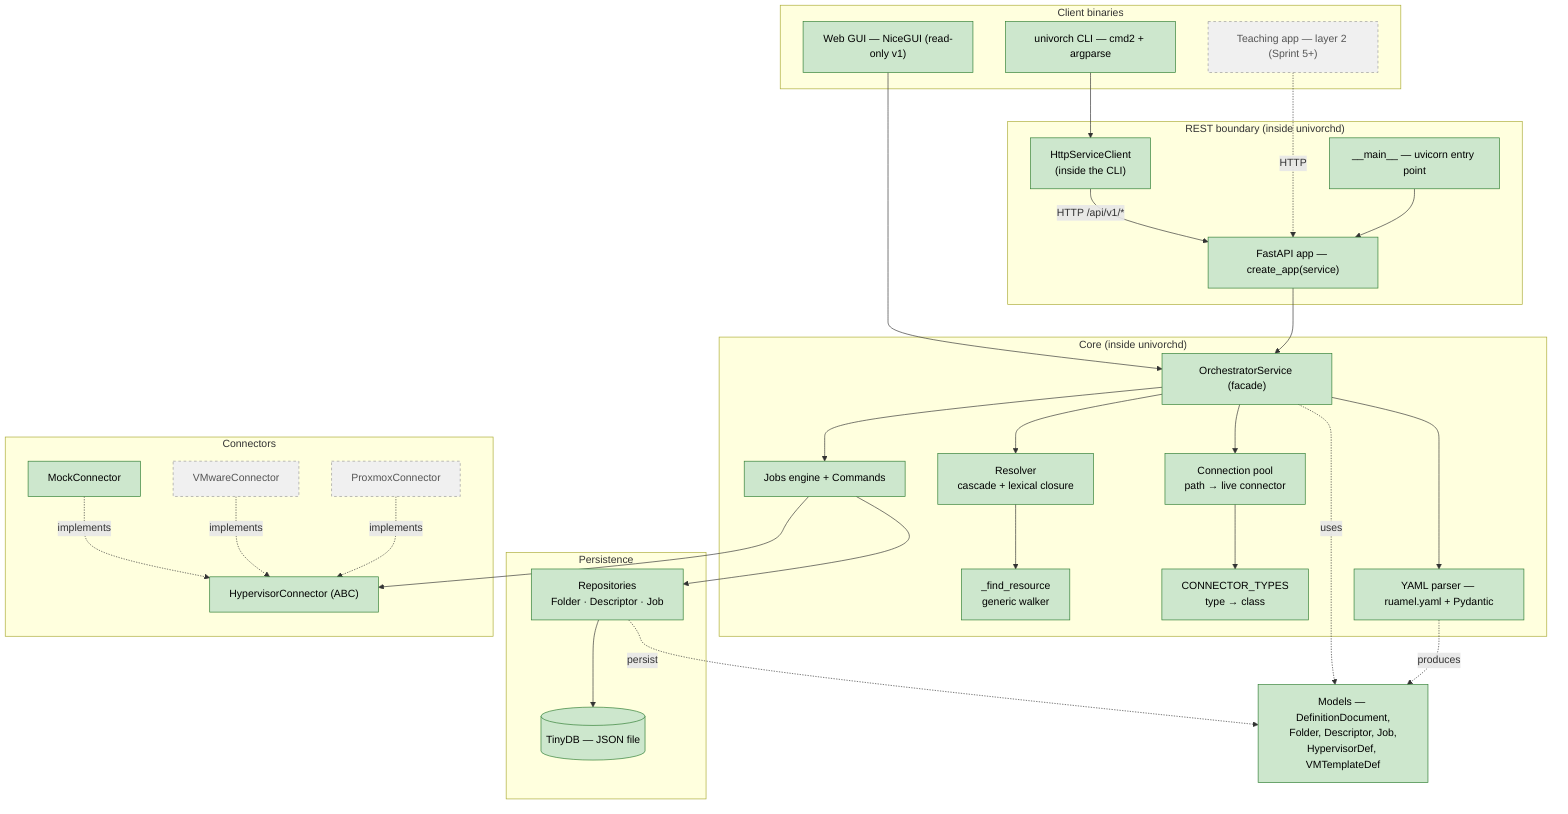
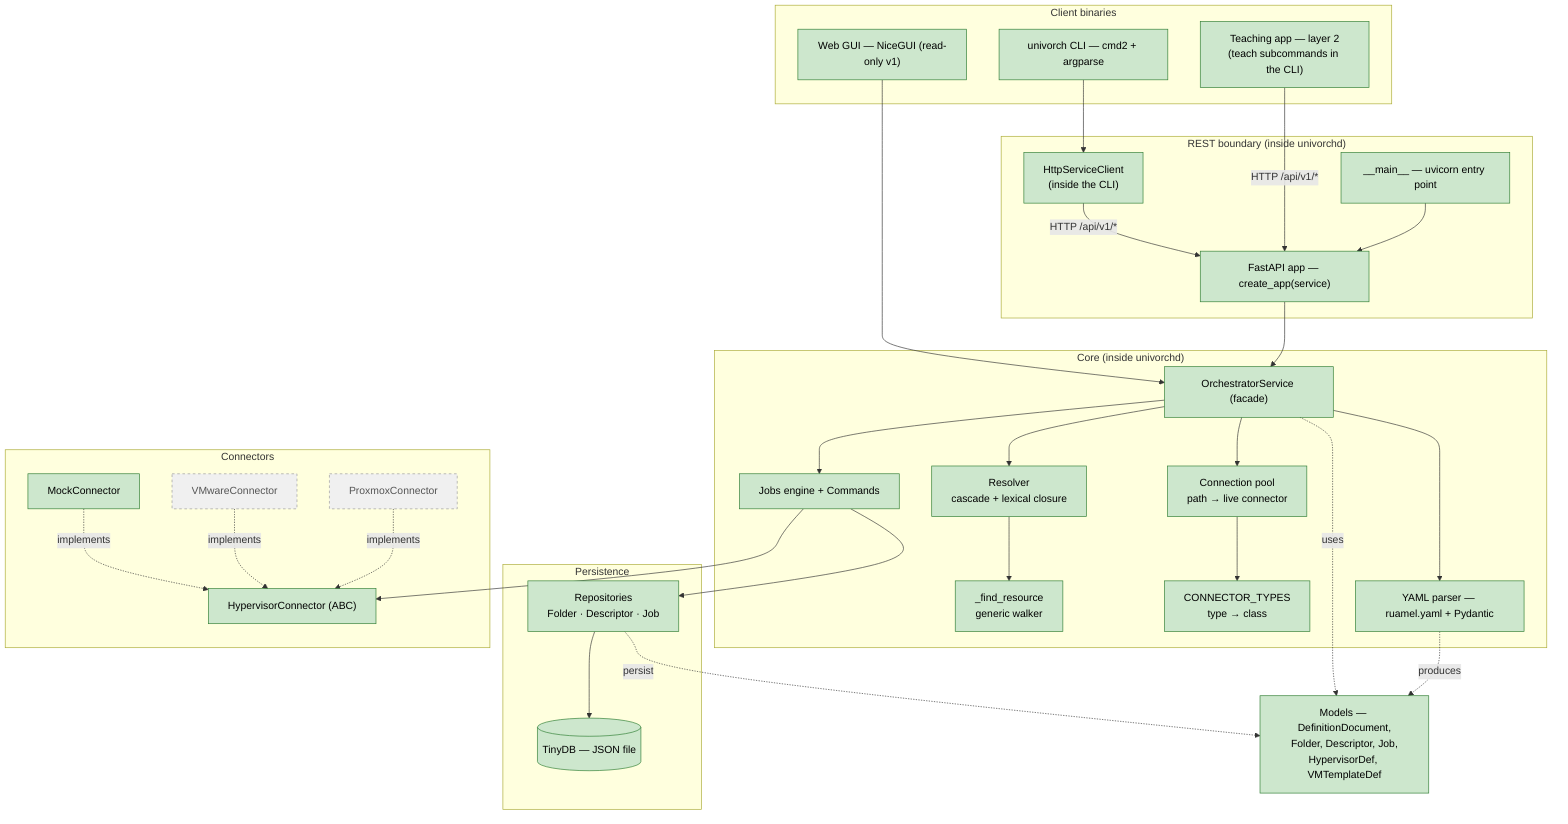
flowchart TD
    subgraph Clients["Client binaries"]
        CLI["univorch CLI — cmd2 + argparse"]:::done
        Web["Web GUI — NiceGUI (read-only v1)"]:::done
-         TA["Teaching app — layer 2 (Sprint 5+)"]:::pending
+         TA["Teaching app — layer 2<br/>(teach subcommands in the CLI)"]:::done
    end

    subgraph RESTLayer["REST boundary (inside univorchd)"]
        Http["HttpServiceClient<br/>(inside the CLI)"]:::done
        App["FastAPI app — create_app(service)"]:::done
        Main["__main__ — uvicorn entry point"]:::done
    end

    subgraph Core["Core (inside univorchd)"]
        Service["OrchestratorService (facade)"]:::done
        Resolver["Resolver<br/>cascade + lexical closure"]:::done
        Walker["_find_resource<br/>generic walker"]:::done
        Pool["Connection pool<br/>path → live connector"]:::done
        Registry["CONNECTOR_TYPES<br/>type → class"]:::done
        Parser["YAML parser — ruamel.yaml + Pydantic"]:::done
        Jobs["Jobs engine + Commands"]:::done
    end

    subgraph Persistence
        Repos["Repositories<br/>Folder · Descriptor · Job"]:::done
        DB[("TinyDB — JSON file")]:::done
    end

    subgraph Connectors
        ABC["HypervisorConnector (ABC)"]:::done
        Mock["MockConnector"]:::done
        VMware["VMwareConnector"]:::pending
        Proxmox["ProxmoxConnector"]:::pending
    end

    Models["Models — DefinitionDocument,<br/>Folder, Descriptor, Job,<br/>HypervisorDef, VMTemplateDef"]:::done

    CLI --> Http
    Http -->|HTTP /api/v1/*| App
    Web --> Service
-     TA -.HTTP.-> App
+     TA -->|HTTP /api/v1/*| App
    App --> Service
    Main --> App
    Service --> Resolver
    Service --> Jobs
    Service --> Pool
    Resolver --> Walker
    Pool --> Registry
    Service --> Parser
    Jobs --> ABC
    Jobs --> Repos
    Repos --> DB
    Mock -.implements.-> ABC
    VMware -.implements.-> ABC
    Proxmox -.implements.-> ABC
    Service -.uses.-> Models
    Parser -.produces.-> Models
    Repos -.persist.-> Models

    classDef done fill:#cde7cd,stroke:#2e7d32,color:#000;
    classDef pending fill:#f0f0f0,stroke:#999,stroke-dasharray:4 4,color:#555;
